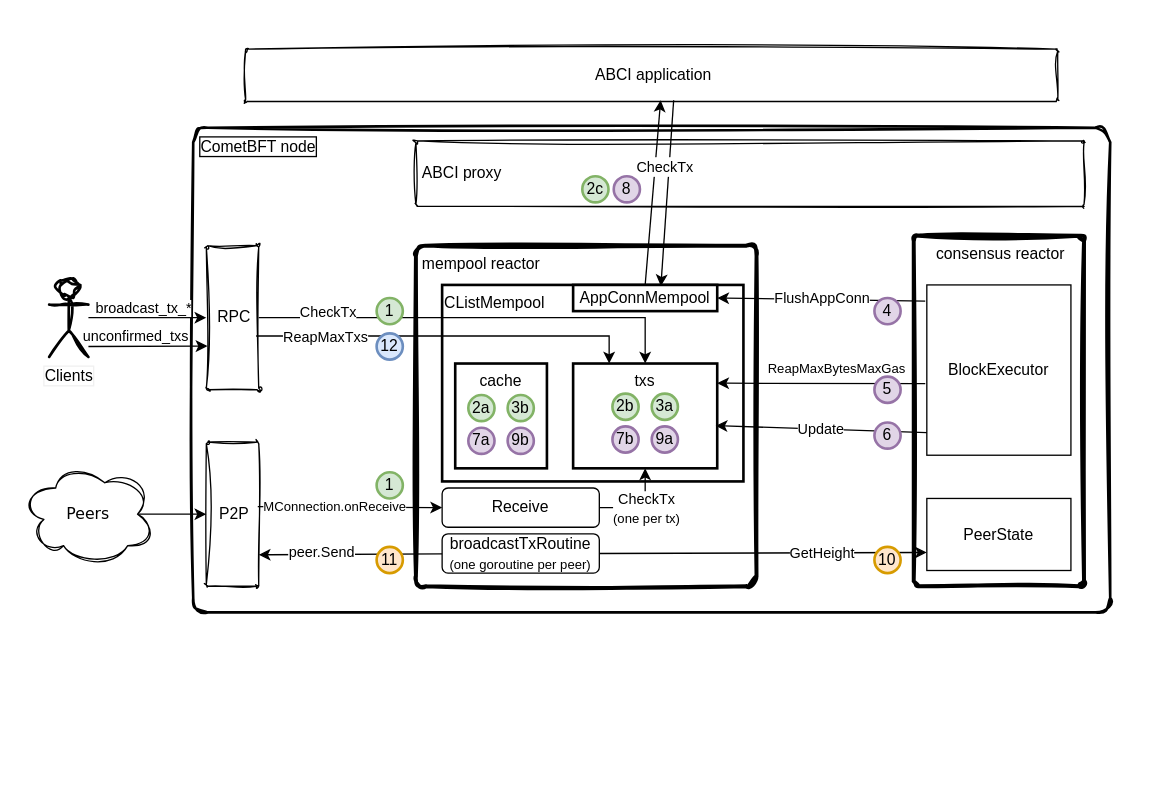
Before: page "reactor" (1 of 3) of protocols/mempool/v0/mempool-v0.drawio in cometbft/knowledge-base, a draw.io diagram. Source tidied: cells renumbered, new cells numbered last; positions are measured from the earlier drawing's top-left corner, leaving out a move shared by most shapes. Both pictures are drawn from the tidied source at 131%, with x=0, y=0 at pixel (22, 22).
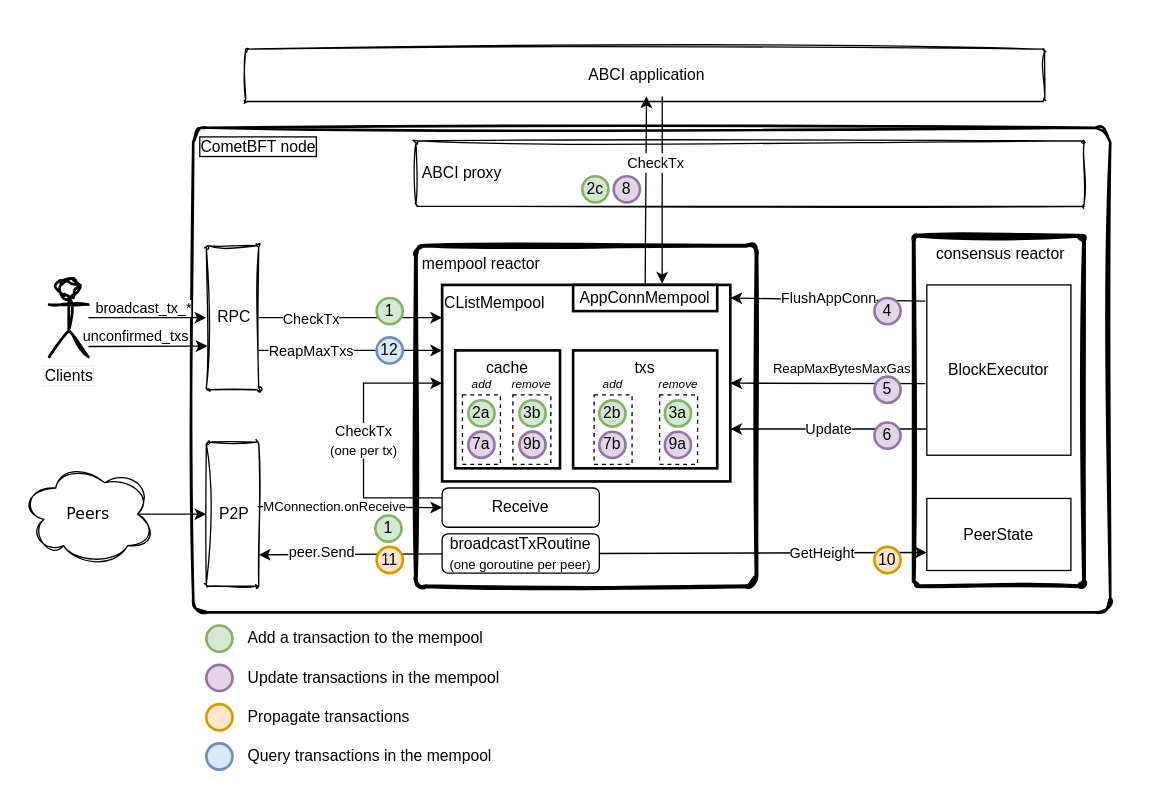
The same page after the edit.

Unchanged cells that the change refers to:
```xml
<mxCell id="11" value="RPC" style="rounded=1;whiteSpace=wrap;html=1;align=center;arcSize=3;verticalAlign=middle;spacingLeft=3;fontSize=12;sketch=1;curveFitting=1;jiggle=2;" parent="1" vertex="1">
  <mxGeometry x="140" y="170" width="40" height="110" as="geometry" />
</mxCell>
<mxCell id="12" value="BlockExecutor" style="rounded=0;whiteSpace=wrap;html=1;strokeWidth=1;fontSize=12;verticalAlign=middle;" parent="1" vertex="1">
  <mxGeometry x="690" y="200" width="110" height="130" as="geometry" />
</mxCell>
<mxCell id="22" style="group;" parent="1" vertex="1">
  <mxGeometry x="320" y="200" width="230" height="150" as="geometry" />
</mxCell>
<mxCell id="24" value="AppConnMempool" style="rounded=0;whiteSpace=wrap;html=1;sketch=0;strokeWidth=2;fontSize=12;" parent="22" vertex="1">
  <mxGeometry x="100" width="110" height="20" as="geometry" />
</mxCell>
<mxCell id="38" style="group;" parent="1" vertex="1">
  <mxGeometry x="427" y="117" width="44" height="20" as="geometry" />
</mxCell>
<mxCell id="57" style="group;" parent="1" vertex="1">
  <mxGeometry x="650" y="305" width="20" height="20" as="geometry" />
</mxCell>
<mxCell id="66" value="Receive" style="rounded=1;whiteSpace=wrap;html=1;strokeWidth=1;fontSize=12;perimeterSpacing=0;" parent="1" vertex="1">
  <mxGeometry x="320" y="355" width="120" height="30" as="geometry" />
</mxCell>
```

Change to the diagram source:
```diff
@@
     <mxCell id="2" style="rounded=0;whiteSpace=wrap;html=1;strokeColor=none;" parent="1" vertex="1">
-      <mxGeometry width="850" height="470" as="geometry" />
+      <mxGeometry width="850" height="580" as="geometry" />
     </mxCell>
@@
     <mxCell id="7" value="ABCI application" style="rounded=1;whiteSpace=wrap;html=1;align=center;arcSize=3;verticalAlign=middle;spacingLeft=3;fontSize=12;sketch=1;curveFitting=1;jiggle=2;" parent="1" vertex="1">
-      <mxGeometry x="170" y="20" width="620" height="40" as="geometry" />
+      <mxGeometry x="170" y="20" width="610" height="40" as="geometry" />
     </mxCell>
@@
     <mxCell id="15" value="1" style="ellipse;whiteSpace=wrap;html=1;sketch=0;strokeWidth=2;fontSize=12;fillColor=#d5e8d4;strokeColor=#82b366;fontStyle=0;fontColor=#000000;" parent="1" vertex="1">
-      <mxGeometry x="270" y="343" width="20" height="20" as="geometry" />
+      <mxGeometry x="269" y="376" width="20" height="20" as="geometry" />
     </mxCell>
@@
-    <mxCell id="21" style="edgeStyle=none;rounded=0;jettySize=auto;html=1;entryX=0.609;entryY=0.05;entryDx=0;entryDy=0;exitX=0.527;exitY=0.975;exitDx=0;exitDy=0;exitPerimeter=0;entryPerimeter=0;" parent="1" edge="1" source="7" target="24">
-      <mxGeometry relative="1" as="geometry" />
+    <mxCell id="21" style="edgeStyle=none;rounded=0;jettySize=auto;html=1;entryX=0.618;entryY=-0.05;entryDx=0;entryDy=0;entryPerimeter=0;" parent="1" edge="1" target="24">
+      <mxGeometry relative="1" as="geometry">
+        <mxPoint x="488" y="56" as="sourcePoint" />
+      </mxGeometry>
     </mxCell>
@@
     <mxCell id="23" value="CListMempool" style="rounded=0;whiteSpace=wrap;html=1;strokeWidth=2;fontSize=12;verticalAlign=top;align=left;" parent="22" vertex="1">
-      <mxGeometry width="230" height="150" as="geometry" />
+      <mxGeometry width="220" height="150" as="geometry" />
     </mxCell>
@@
     <mxCell id="25" style="group;" parent="22" vertex="1">
-      <mxGeometry x="10" y="60" width="70" height="80" as="geometry" />
+      <mxGeometry x="10" y="60" width="80" height="80" as="geometry" />
     </mxCell>
     <mxCell id="26" value="cache" style="rounded=0;whiteSpace=wrap;html=1;sketch=0;strokeWidth=2;fontSize=12;verticalAlign=top;" parent="25" vertex="1">
-      <mxGeometry width="70" height="80" as="geometry" />
+      <mxGeometry y="-10" width="80" height="90" as="geometry" />
     </mxCell>
+    <mxCell id="28" value="3b" style="ellipse;whiteSpace=wrap;html=1;sketch=0;strokeWidth=2;fontSize=12;fillColor=#d5e8d4;strokeColor=#82b366;fontStyle=0;fontColor=#000000;" parent="25" vertex="1">
+      <mxGeometry x="49" y="28" width="20" height="20" as="geometry" />
+    </mxCell>
+    <mxCell id="30" value="9b" style="ellipse;whiteSpace=wrap;html=1;sketch=0;strokeWidth=2;fontSize=12;fillColor=#e1d5e7;strokeColor=#9673a6;fontStyle=0;fontColor=#000000;" parent="25" vertex="1">
+      <mxGeometry x="49" y="52" width="20" height="20" as="geometry" />
+    </mxCell>
+    <mxCell id="68" value="&lt;font style=&quot;font-size: 9px;&quot;&gt;&lt;i&gt;remove&lt;/i&gt;&lt;/font&gt;" style="rounded=0;whiteSpace=wrap;html=1;dashed=1;fillColor=none;labelPosition=center;verticalLabelPosition=top;align=center;verticalAlign=bottom;" parent="25" vertex="1">
+      <mxGeometry x="44" y="24" width="29" height="53" as="geometry" />
+    </mxCell>
+    <mxCell id="69" style="group;" parent="25" vertex="1">
+      <mxGeometry x="10" y="28" width="20" height="44" as="geometry" />
+    </mxCell>
-    <mxCell id="27" value="2a" style="ellipse;whiteSpace=wrap;html=1;sketch=0;strokeWidth=2;fontSize=12;fillColor=#d5e8d4;strokeColor=#82b366;fontStyle=0;fontColor=#000000;" parent="25" vertex="1">
-      <mxGeometry x="10" y="24" width="20" height="20" as="geometry" />
+    <mxCell id="27" value="2a" style="ellipse;whiteSpace=wrap;html=1;sketch=0;strokeWidth=2;fontSize=12;fillColor=#d5e8d4;strokeColor=#82b366;fontStyle=0;fontColor=#000000;" parent="69" vertex="1">
+      <mxGeometry width="20" height="20" as="geometry" />
     </mxCell>
-    <mxCell id="28" value="3b" style="ellipse;whiteSpace=wrap;html=1;sketch=0;strokeWidth=2;fontSize=12;fillColor=#d5e8d4;strokeColor=#82b366;fontStyle=0;fontColor=#000000;" parent="25" vertex="1">
-      <mxGeometry x="40" y="24" width="20" height="20" as="geometry" />
-    </mxCell>
-    <mxCell id="29" value="7a" style="ellipse;whiteSpace=wrap;html=1;sketch=0;strokeWidth=2;fontSize=12;fillColor=#e1d5e7;strokeColor=#9673a6;fontStyle=0;fontColor=#000000;" parent="25" vertex="1">
-      <mxGeometry x="10" y="49" width="20" height="20" as="geometry" />
+    <mxCell id="29" value="7a" style="ellipse;whiteSpace=wrap;html=1;sketch=0;strokeWidth=2;fontSize=12;fillColor=#e1d5e7;strokeColor=#9673a6;fontStyle=0;fontColor=#000000;" parent="69" vertex="1">
+      <mxGeometry y="24" width="20" height="20" as="geometry" />
     </mxCell>
-    <mxCell id="30" value="9b" style="ellipse;whiteSpace=wrap;html=1;sketch=0;strokeWidth=2;fontSize=12;fillColor=#e1d5e7;strokeColor=#9673a6;fontStyle=0;fontColor=#000000;" parent="25" vertex="1">
-      <mxGeometry x="40" y="49" width="20" height="20" as="geometry" />
-    </mxCell>
+    <mxCell id="70" value="&lt;font style=&quot;font-size: 9px;&quot;&gt;&lt;i&gt;add&lt;/i&gt;&lt;/font&gt;" style="rounded=0;whiteSpace=wrap;html=1;dashed=1;fillColor=none;verticalAlign=bottom;labelPosition=center;verticalLabelPosition=top;align=center;" parent="25" vertex="1">
+      <mxGeometry x="5.5" y="24" width="29" height="53" as="geometry" />
+    </mxCell>
     <mxCell id="31" style="group;" parent="22" vertex="1">
-      <mxGeometry x="100" y="60" width="110" height="80" as="geometry" />
+      <mxGeometry x="100" y="50" width="110" height="90" as="geometry" />
     </mxCell>
     <mxCell id="32" value="txs" style="rounded=0;whiteSpace=wrap;html=1;sketch=0;strokeWidth=2;fontSize=12;verticalAlign=top;" parent="31" vertex="1">
-      <mxGeometry width="110" height="80" as="geometry" />
+      <mxGeometry width="110" height="90" as="geometry" />
     </mxCell>
     <mxCell id="33" value="3a" style="ellipse;whiteSpace=wrap;html=1;sketch=0;strokeWidth=2;fontSize=12;fillColor=#d5e8d4;strokeColor=#82b366;fontStyle=0;fontColor=#000000;" parent="31" vertex="1">
-      <mxGeometry x="60" y="23" width="20" height="20" as="geometry" />
+      <mxGeometry x="70" y="38.1" width="20" height="20" as="geometry" />
     </mxCell>
     <mxCell id="34" value="2b" style="ellipse;whiteSpace=wrap;html=1;sketch=0;strokeWidth=2;fontSize=12;fillColor=#d5e8d4;strokeColor=#82b366;fontStyle=0;fontColor=#000000;" parent="31" vertex="1">
-      <mxGeometry x="30" y="23" width="20" height="20" as="geometry" />
+      <mxGeometry x="20" y="38.1" width="20" height="20" as="geometry" />
     </mxCell>
     <mxCell id="35" value="7b" style="ellipse;whiteSpace=wrap;html=1;sketch=0;strokeWidth=2;fontSize=12;fillColor=#e1d5e7;strokeColor=#9673a6;fontStyle=0;fontColor=#000000;" parent="31" vertex="1">
-      <mxGeometry x="30" y="48" width="20" height="20" as="geometry" />
+      <mxGeometry x="20" y="62.1" width="20" height="20" as="geometry" />
     </mxCell>
     <mxCell id="36" value="9a" style="ellipse;whiteSpace=wrap;html=1;sketch=0;strokeWidth=2;fontSize=12;fillColor=#e1d5e7;strokeColor=#9673a6;fontStyle=0;fontColor=#000000;" parent="31" vertex="1">
-      <mxGeometry x="60" y="48" width="20" height="20" as="geometry" />
+      <mxGeometry x="70" y="62.1" width="20" height="20" as="geometry" />
     </mxCell>
@@
-    <mxCell id="41" value="&lt;font style=&quot;font-size: 11px;&quot;&gt;CheckTx&lt;/font&gt;" style="edgeStyle=none;rounded=0;jettySize=auto;html=1;exitX=0.5;exitY=0;exitDx=0;exitDy=0;entryX=0.511;entryY=0.975;entryDx=0;entryDy=0;fontSize=12;entryPerimeter=0;labelBackgroundColor=default;" parent="38" edge="1" source="24" target="7">
-      <mxGeometry x="0.29" y="-7" relative="1" as="geometry" />
+    <mxCell id="41" value="&lt;font style=&quot;font-size: 11px;&quot;&gt;CheckTx&lt;/font&gt;" style="edgeStyle=none;rounded=0;jettySize=auto;html=1;exitX=0.5;exitY=0;exitDx=0;exitDy=0;fontSize=12;labelBackgroundColor=default;" parent="38" edge="1" source="24">
+      <mxGeometry x="0.29" y="-7" relative="1" as="geometry">
+        <mxPoint x="49" y="-61" as="targetPoint" />
+      </mxGeometry>
     </mxCell>
-    <mxCell id="42" style="group;" parent="1" vertex="1">
-      <mxGeometry x="270" y="210" width="20" height="20" as="geometry" />
-    </mxCell>
-    <mxCell id="43" style="rounded=0;jettySize=auto;html=1;exitX=1;exitY=0.5;exitDx=0;exitDy=0;entryX=0.5;entryY=0;entryDx=0;entryDy=0;edgeStyle=orthogonalEdgeStyle;" parent="42" edge="1" source="11" target="32">
-      <mxGeometry relative="1" as="geometry" />
-    </mxCell>
-    <mxCell id="44" value="&lt;font style=&quot;font-size: 11px;&quot;&gt;CheckTx&lt;/font&gt;" style="edgeLabel;html=1;align=center;verticalAlign=middle;fontSize=10;" parent="43" vertex="1">
-      <mxGeometry x="-0.11" y="-2" relative="1" as="geometry">
-        <mxPoint x="-95" y="-7" as="offset" />
-      </mxGeometry>
-    </mxCell>
-    <mxCell id="45" value="&lt;font color=&quot;#000000&quot;&gt;1&lt;/font&gt;" style="ellipse;whiteSpace=wrap;html=1;sketch=0;strokeWidth=2;fontSize=12;fillColor=#d5e8d4;strokeColor=#82b366;fontStyle=0;" parent="42" vertex="1">
-      <mxGeometry width="20" height="20" as="geometry" />
-    </mxCell>
-    <mxCell id="46" style="group;" parent="1" vertex="1">
-      <mxGeometry x="270" y="239" width="177" height="21" as="geometry" />
-    </mxCell>
-    <mxCell id="47" style="edgeStyle=orthogonalEdgeStyle;rounded=0;jettySize=auto;html=1;entryX=0.25;entryY=0;entryDx=0;entryDy=0;" parent="46" edge="1" target="32">
-      <mxGeometry relative="1" as="geometry">
-        <mxPoint x="-92" as="sourcePoint" />
-        <Array as="points">
-          <mxPoint x="177" />
-        </Array>
-      </mxGeometry>
-    </mxCell>
-    <mxCell id="48" value="&lt;font style=&quot;font-size: 11px;&quot;&gt;ReapMaxTxs&lt;/font&gt;" style="edgeLabel;html=1;align=center;verticalAlign=middle;labelBackgroundColor=default;" parent="47" vertex="1">
-      <mxGeometry x="-0.31" y="1" relative="1" as="geometry">
-        <mxPoint x="-48" y="1" as="offset" />
-      </mxGeometry>
-    </mxCell>
-    <mxCell id="49" value="12" style="ellipse;whiteSpace=wrap;html=1;sketch=0;strokeWidth=2;fontSize=12;fillColor=#dae8fc;strokeColor=#6c8ebf;fontStyle=0;" parent="46" vertex="1">
-      <mxGeometry y="-2" width="20" height="20" as="geometry" />
-    </mxCell>
@@
-    <mxCell id="56" value="&lt;font style=&quot;font-size: 10px;&quot;&gt;ReapMaxBytesMaxGas&lt;br&gt;&lt;/font&gt;" style="rounded=0;jettySize=auto;html=1;fontSize=12;labelBackgroundColor=default;exitX=-0.011;exitY=0.58;exitDx=0;exitDy=0;exitPerimeter=0;" parent="1" edge="1" source="12">
-      <mxGeometry x="-0.14" y="-11" relative="1" as="geometry">
-        <mxPoint x="530" y="275" as="targetPoint" />
-      </mxGeometry>
+    <mxCell id="56" value="&lt;font style=&quot;font-size: 10px;&quot;&gt;ReapMaxBytesMaxGas&lt;br&gt;&lt;/font&gt;" style="rounded=0;jettySize=auto;html=1;fontSize=12;labelBackgroundColor=default;exitX=-0.011;exitY=0.58;exitDx=0;exitDy=0;exitPerimeter=0;entryX=1;entryY=0.5;entryDx=0;entryDy=0;" parent="1" edge="1" source="12" target="23">
+      <mxGeometry x="-0.14" y="-11" relative="1" as="geometry" />
     </mxCell>
@@
-    <mxCell id="58" value="&lt;font style=&quot;font-size: 11px;&quot;&gt;Update&lt;/font&gt;" style="rounded=0;jettySize=auto;html=1;entryX=0.989;entryY=0.593;entryDx=0;entryDy=0;fontSize=12;exitX=0;exitY=0.867;exitDx=0;exitDy=0;exitPerimeter=0;entryPerimeter=0;" parent="57" edge="1" source="12" target="32">
-      <mxGeometry relative="1" as="geometry" />
+    <mxCell id="58" value="&lt;font style=&quot;font-size: 11px;&quot;&gt;Update&lt;/font&gt;" style="rounded=0;orthogonalLoop=1;jettySize=auto;html=1;fontSize=12;" parent="57" edge="1">
+      <mxGeometry relative="1" as="geometry">
+        <mxPoint x="40" y="5" as="sourcePoint" />
+        <mxPoint x="-110" y="5" as="targetPoint" />
+      </mxGeometry>
     </mxCell>
@@
-    <mxCell id="62" value="FlushAppConn" style="rounded=0;jettySize=auto;html=1;exitX=-0.011;exitY=0.095;exitDx=0;exitDy=0;entryX=1;entryY=0.5;entryDx=0;entryDy=0;exitPerimeter=0;" parent="1" edge="1" source="12" target="24">
-      <mxGeometry y="-1" relative="1" as="geometry" />
+    <mxCell id="62" value="FlushAppConn" style="rounded=0;jettySize=auto;html=1;exitX=-0.011;exitY=0.095;exitDx=0;exitDy=0;exitPerimeter=0;" parent="1" edge="1" source="12">
+      <mxGeometry y="-1" relative="1" as="geometry">
+        <mxPoint x="540" y="210" as="targetPoint" />
+      </mxGeometry>
     </mxCell>
@@
-    <mxCell id="64" style="edgeStyle=orthogonalEdgeStyle;rounded=0;jettySize=auto;html=1;exitX=1;exitY=0.5;exitDx=0;exitDy=0;entryX=0.5;entryY=1;entryDx=0;entryDy=0;" parent="1" edge="1" source="66" target="32">
-      <mxGeometry relative="1" as="geometry" />
-    </mxCell>
-    <mxCell id="65" value="&lt;font style=&quot;&quot;&gt;CheckTx&lt;br&gt;&lt;font style=&quot;font-size: 10px;&quot;&gt;(one per tx)&lt;/font&gt;&lt;br&gt;&lt;/font&gt;" style="edgeLabel;html=1;align=center;verticalAlign=middle;" parent="64" vertex="1">
-      <mxGeometry x="0.18" y="3" relative="1" as="geometry">
-        <mxPoint x="3" y="3" as="offset" />
+    <mxCell id="65" value="CheckTx&lt;br&gt;&lt;font style=&quot;font-size: 10px;&quot;&gt;(one per tx)&lt;/font&gt;" style="edgeStyle=orthogonalEdgeStyle;rounded=0;jettySize=auto;html=1;exitX=0;exitY=0.25;exitDx=0;exitDy=0;entryX=0;entryY=0.5;entryDx=0;entryDy=0;" parent="1" edge="1" source="66" target="23">
+      <mxGeometry relative="1" as="geometry">
+        <Array as="points">
+          <mxPoint x="260" y="363" />
+          <mxPoint x="260" y="275" />
+        </Array>
       </mxGeometry>
     </mxCell>
@@
+    <mxCell id="71" style="ellipse;whiteSpace=wrap;html=1;sketch=0;strokeWidth=2;fontSize=12;fillColor=#d5e8d4;strokeColor=#82b366;fontStyle=0;" parent="1" vertex="1">
+      <mxGeometry x="140" y="460" width="20" height="20" as="geometry" />
+    </mxCell>
+    <mxCell id="72" value="Add a transaction to the mempool" style="text;html=1;strokeColor=none;fillColor=none;align=left;verticalAlign=middle;whiteSpace=wrap;rounded=0;" parent="1" vertex="1">
+      <mxGeometry x="170" y="455" width="200" height="30" as="geometry" />
+    </mxCell>
+    <mxCell id="73" value="Update transactions in the mempool" style="text;html=1;strokeColor=none;fillColor=none;align=left;verticalAlign=middle;whiteSpace=wrap;rounded=0;" parent="1" vertex="1">
+      <mxGeometry x="170" y="485" width="200" height="30" as="geometry" />
+    </mxCell>
+    <mxCell id="74" style="ellipse;whiteSpace=wrap;html=1;sketch=0;strokeWidth=2;fontSize=12;fillColor=#e1d5e7;strokeColor=#9673a6;fontStyle=0;fontColor=#000000;" parent="1" vertex="1">
+      <mxGeometry x="140" y="490" width="20" height="20" as="geometry" />
+    </mxCell>
+    <mxCell id="75" style="ellipse;whiteSpace=wrap;html=1;sketch=0;strokeWidth=2;fontSize=12;fillColor=#ffe6cc;strokeColor=#d79b00;fontStyle=0;fontColor=#000000;" parent="1" vertex="1">
+      <mxGeometry x="140" y="520" width="20" height="20" as="geometry" />
+    </mxCell>
+    <mxCell id="76" style="ellipse;whiteSpace=wrap;html=1;sketch=0;strokeWidth=2;fontSize=12;fillColor=#dae8fc;strokeColor=#6c8ebf;fontStyle=0;" parent="1" vertex="1">
+      <mxGeometry x="140" y="550" width="20" height="20" as="geometry" />
+    </mxCell>
+    <mxCell id="77" value="Propagate transactions" style="text;html=1;strokeColor=none;fillColor=none;align=left;verticalAlign=middle;whiteSpace=wrap;rounded=0;" parent="1" vertex="1">
+      <mxGeometry x="170" y="515" width="200" height="30" as="geometry" />
+    </mxCell>
+    <mxCell id="78" value="Query transactions in the mempool" style="text;html=1;strokeColor=none;fillColor=none;align=left;verticalAlign=middle;whiteSpace=wrap;rounded=0;" parent="1" vertex="1">
+      <mxGeometry x="170" y="545" width="200" height="30" as="geometry" />
+    </mxCell>
+    <mxCell id="79" value="&lt;font style=&quot;font-size: 9px;&quot;&gt;&lt;i&gt;add&lt;/i&gt;&lt;/font&gt;" style="rounded=0;whiteSpace=wrap;html=1;dashed=1;fillColor=none;verticalAlign=bottom;labelPosition=center;verticalLabelPosition=top;align=center;" parent="1" vertex="1">
+      <mxGeometry x="436" y="284" width="29" height="53" as="geometry" />
+    </mxCell>
+    <mxCell id="80" value="&lt;font style=&quot;font-size: 9px;&quot;&gt;&lt;i&gt;remove&lt;/i&gt;&lt;/font&gt;" style="rounded=0;whiteSpace=wrap;html=1;dashed=1;fillColor=none;labelPosition=center;verticalLabelPosition=top;align=center;verticalAlign=bottom;" parent="1" vertex="1">
+      <mxGeometry x="486" y="284" width="29" height="53" as="geometry" />
+    </mxCell>
+    <mxCell id="43" style="rounded=0;jettySize=auto;html=1;exitX=1;exitY=0.5;exitDx=0;exitDy=0;" parent="1" edge="1" source="11">
+      <mxGeometry relative="1" as="geometry">
+        <mxPoint x="320" y="225" as="targetPoint" />
+      </mxGeometry>
+    </mxCell>
+    <mxCell id="44" value="&lt;font style=&quot;font-size: 11px;&quot;&gt;CheckTx&lt;/font&gt;" style="edgeLabel;html=1;align=center;verticalAlign=middle;fontSize=10;" parent="43" vertex="1">
+      <mxGeometry x="-0.11" y="-2" relative="1" as="geometry">
+        <mxPoint x="-23" y="-2" as="offset" />
+      </mxGeometry>
+    </mxCell>
+    <mxCell id="81" style="rounded=0;orthogonalLoop=1;jettySize=auto;html=1;exitX=1;exitY=0.5;exitDx=0;exitDy=0;" parent="1" edge="1">
+      <mxGeometry relative="1" as="geometry">
+        <mxPoint x="180" y="250" as="sourcePoint" />
+        <mxPoint x="320" y="250" as="targetPoint" />
+      </mxGeometry>
+    </mxCell>
+    <mxCell id="48" value="&lt;font style=&quot;font-size: 11px;&quot;&gt;ReapMaxTxs&lt;/font&gt;" style="edgeLabel;html=1;align=center;verticalAlign=middle;fontSize=10;" parent="81" vertex="1">
+      <mxGeometry x="-0.11" y="-2" relative="1" as="geometry">
+        <mxPoint x="-23" y="-2" as="offset" />
+      </mxGeometry>
+    </mxCell>
+    <mxCell id="42" style="group;" parent="1" vertex="1">
+      <mxGeometry x="270" y="210" width="20" height="20" as="geometry" />
+    </mxCell>
+    <mxCell id="45" value="&lt;font color=&quot;#000000&quot;&gt;1&lt;/font&gt;" style="ellipse;whiteSpace=wrap;html=1;sketch=0;strokeWidth=2;fontSize=12;fillColor=#d5e8d4;strokeColor=#82b366;fontStyle=0;" parent="42" vertex="1">
+      <mxGeometry width="20" height="20" as="geometry" />
+    </mxCell>
+    <mxCell id="82" style="group;" parent="1" vertex="1">
+      <mxGeometry x="270" y="240" width="20" height="20" as="geometry" />
+    </mxCell>
+    <mxCell id="49" value="&lt;font color=&quot;#000000&quot;&gt;12&lt;/font&gt;" style="ellipse;whiteSpace=wrap;html=1;sketch=0;strokeWidth=2;fontSize=12;fillColor=#dae8fc;strokeColor=#6c8ebf;fontStyle=0;" parent="82" vertex="1">
+      <mxGeometry width="20" height="20" as="geometry" />
+    </mxCell>
```
